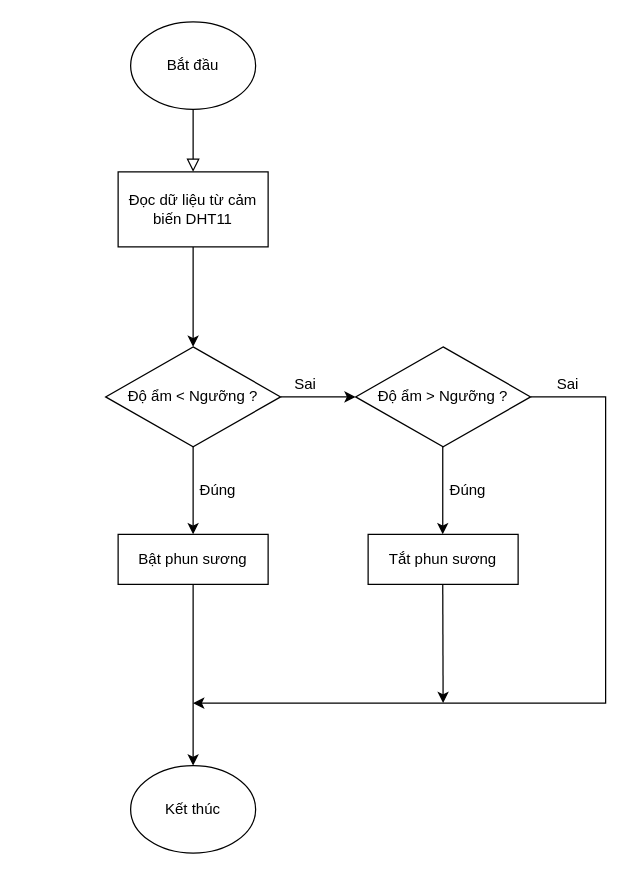
Above: block_diagram/flowchart_doamchuong.drawio in imvietp/Final_Thesis (draw.io), before the change. Source tidied: cells renumbered, new cells numbered last; positions are measured from the earlier drawing's top-left corner, leaving out a move shared by most shapes. Both pictures are drawn from the tidied source at 125%, with x=0, y=0 at pixel (105, 21).
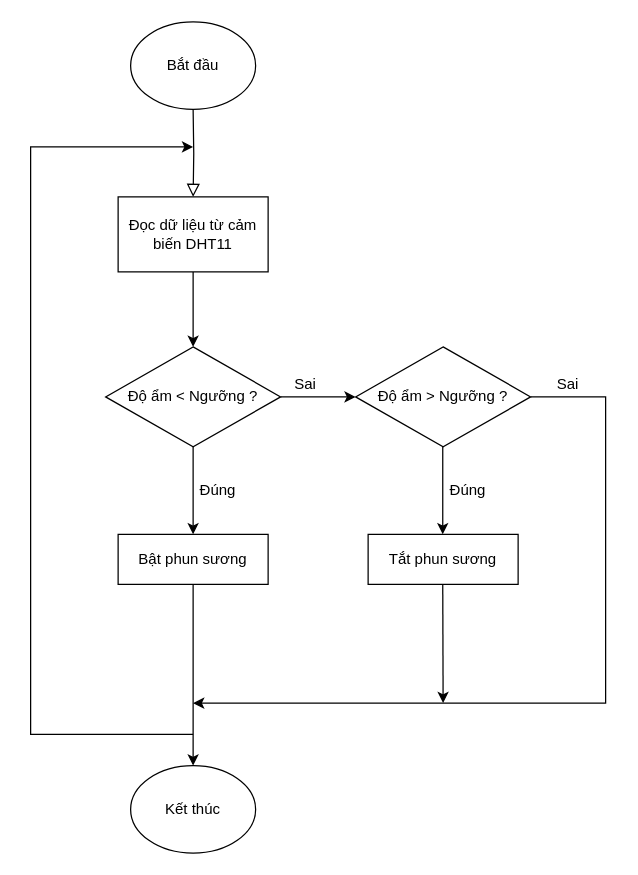
The same diagram, later.

What changed in the source:
```diff
@@
-    <mxCell id="2" style="rounded=0;html=1;jettySize=auto;orthogonalLoop=1;fontSize=11;endArrow=block;endFill=0;endSize=8;strokeWidth=1;shadow=0;labelBackgroundColor=none;edgeStyle=orthogonalEdgeStyle;" parent="1" edge="1">
+    <mxCell id="2" style="rounded=0;html=1;jettySize=auto;fontSize=11;endArrow=block;endFill=0;endSize=8;strokeWidth=1;shadow=0;labelBackgroundColor=none;edgeStyle=orthogonalEdgeStyle;entryX=0.5;entryY=0;entryDx=0;entryDy=0;" parent="1" edge="1" target="12">
       <mxGeometry relative="1" as="geometry">
         <mxPoint x="70" y="70" as="sourcePoint" />
-        <mxPoint x="70" y="120" as="targetPoint" />
       </mxGeometry>
     </mxCell>
@@
     <mxCell id="12" value="Đọc dữ liệu từ cảm biến DHT11" style="rounded=0;whiteSpace=wrap;html=1;" parent="1" vertex="1">
-      <mxGeometry x="10" y="120" width="120" height="60" as="geometry" />
+      <mxGeometry x="10" y="140" width="120" height="60" as="geometry" />
     </mxCell>
@@
+    <mxCell id="21" style="endArrow=classic;html=1;rounded=0;" parent="1" edge="1">
+      <mxGeometry relative="1" as="geometry">
+        <mxPoint x="70" y="570" as="sourcePoint" />
+        <mxPoint x="70" y="100" as="targetPoint" />
+        <Array as="points">
+          <mxPoint x="-60" y="570" />
+          <mxPoint x="-60" y="330" />
+          <mxPoint x="-60" y="100" />
+        </Array>
+      </mxGeometry>
+    </mxCell>
```
